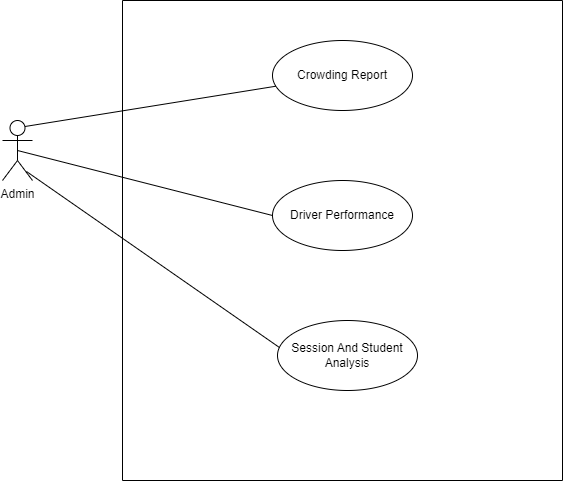
Above: Project Real-Time Bus ID Verification and Tracking/DOCUMENTATION/UseCaseDiagrams/ReportAnalysis.drawio.png in Abubakar-doc/FYP-24-SE-A-204 (draw.io), before the change. Source tidied: cells renumbered, new cells last; positions are measured from the earlier drawing's top-left corner, leaving out a move shared by most shapes. The source it was exported from:
```xml
<mxGraphModel>
  <root>
    <mxCell id="0" />
    <mxCell id="1" parent="0" />
    <mxCell id="2" style="swimlane;startSize=0;" parent="1" vertex="1">
      <mxGeometry x="120" width="440" height="480" as="geometry" />
    </mxCell>
    <mxCell id="3" value="Crowding Report" style="ellipse;whiteSpace=wrap;html=1;" parent="2" vertex="1">
      <mxGeometry x="150" y="40" width="140" height="70" as="geometry" />
    </mxCell>
    <mxCell id="4" value="Session And Student Analysis" style="ellipse;whiteSpace=wrap;html=1;" parent="2" vertex="1">
      <mxGeometry x="155" y="320" width="140" height="70" as="geometry" />
    </mxCell>
    <mxCell id="5" value="Driver Performance" style="ellipse;whiteSpace=wrap;html=1;" parent="2" vertex="1">
      <mxGeometry x="150" y="180" width="140" height="70" as="geometry" />
    </mxCell>
    <mxCell id="6" value="Admin" style="shape=umlActor;verticalLabelPosition=bottom;verticalAlign=top;html=1;" parent="1" vertex="1">
      <mxGeometry y="120" width="30" height="60" as="geometry" />
    </mxCell>
    <mxCell id="7" style="endArrow=none;html=1;rounded=0;exitX=0.8;exitY=0.85;exitDx=0;exitDy=0;exitPerimeter=0;entryX=0.014;entryY=0.386;entryDx=0;entryDy=0;entryPerimeter=0;" parent="1" edge="1" source="6" target="4">
      <mxGeometry relative="1" as="geometry" />
    </mxCell>
    <mxCell id="8" style="endArrow=none;html=1;rounded=0;entryX=0;entryY=0.5;entryDx=0;entryDy=0;exitX=0.5;exitY=0.5;exitDx=0;exitDy=0;exitPerimeter=0;" parent="1" edge="1" source="6" target="5">
      <mxGeometry relative="1" as="geometry" />
    </mxCell>
    <mxCell id="9" style="endArrow=none;html=1;rounded=0;exitX=0.75;exitY=0.1;exitDx=0;exitDy=0;exitPerimeter=0;" parent="1" edge="1" source="6" target="3">
      <mxGeometry relative="1" as="geometry" />
    </mxCell>
  </root>
</mxGraphModel>
```
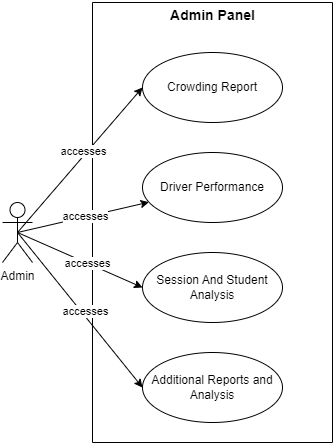
Above is the later version.

Diff of the diagram source:
```diff
@@ -3,28 +3,53 @@
     <mxCell id="0" />
     <mxCell id="1" parent="0" />
     <mxCell id="2" style="swimlane;startSize=0;" parent="1" vertex="1">
-      <mxGeometry x="120" width="440" height="480" as="geometry" />
+      <mxGeometry x="120" width="240" height="440" as="geometry" />
     </mxCell>
     <mxCell id="3" value="Crowding Report" style="ellipse;whiteSpace=wrap;html=1;" parent="2" vertex="1">
-      <mxGeometry x="150" y="40" width="140" height="70" as="geometry" />
+      <mxGeometry x="50" y="50" width="140" height="70" as="geometry" />
     </mxCell>
     <mxCell id="4" value="Session And Student Analysis" style="ellipse;whiteSpace=wrap;html=1;" parent="2" vertex="1">
-      <mxGeometry x="155" y="320" width="140" height="70" as="geometry" />
+      <mxGeometry x="50" y="250" width="140" height="70" as="geometry" />
     </mxCell>
     <mxCell id="5" value="Driver Performance" style="ellipse;whiteSpace=wrap;html=1;" parent="2" vertex="1">
-      <mxGeometry x="150" y="180" width="140" height="70" as="geometry" />
+      <mxGeometry x="50" y="150" width="140" height="70" as="geometry" />
     </mxCell>
+    <mxCell id="10" value="Additional Reports and Analysis" style="ellipse;whiteSpace=wrap;html=1;" parent="2" vertex="1">
+      <mxGeometry x="50" y="350" width="140" height="70" as="geometry" />
+    </mxCell>
+    <mxCell id="9" style="rounded=0;jettySize=auto;html=1;exitX=0.5;exitY=0.5;exitDx=0;exitDy=0;exitPerimeter=0;entryX=0;entryY=0.5;entryDx=0;entryDy=0;" parent="1" edge="1" source="6" target="3">
+      <mxGeometry relative="1" as="geometry" />
+    </mxCell>
+    <mxCell id="11" value="accesses" style="edgeLabel;html=1;align=center;verticalAlign=middle;" parent="9" vertex="1">
+      <mxGeometry x="0.09" y="3" relative="1" as="geometry">
+        <mxPoint y="-1" as="offset" />
+      </mxGeometry>
+    </mxCell>
+    <mxCell id="8" style="rounded=0;jettySize=auto;html=1;exitX=0.5;exitY=0.5;exitDx=0;exitDy=0;exitPerimeter=0;" parent="1" edge="1" source="6" target="5">
+      <mxGeometry relative="1" as="geometry" />
+    </mxCell>
+    <mxCell id="12" value="accesses" style="edgeLabel;html=1;align=center;verticalAlign=middle;" parent="8" vertex="1">
+      <mxGeometry x="0.03" y="1" relative="1" as="geometry" />
+    </mxCell>
+    <mxCell id="7" style="rounded=0;jettySize=auto;html=1;exitX=0.5;exitY=0.5;exitDx=0;exitDy=0;exitPerimeter=0;entryX=0;entryY=0.5;entryDx=0;entryDy=0;" parent="1" edge="1" source="6" target="4">
+      <mxGeometry relative="1" as="geometry" />
+    </mxCell>
+    <mxCell id="13" value="accesses" style="edgeLabel;html=1;align=center;verticalAlign=middle;" parent="7" vertex="1">
+      <mxGeometry x="0.11" relative="1" as="geometry" />
+    </mxCell>
+    <mxCell id="14" style="rounded=0;jettySize=auto;html=1;exitX=0.5;exitY=0.5;exitDx=0;exitDy=0;exitPerimeter=0;entryX=0;entryY=0.5;entryDx=0;entryDy=0;" parent="1" edge="1" source="6" target="10">
+      <mxGeometry relative="1" as="geometry" />
+    </mxCell>
+    <mxCell id="15" value="accesses" style="edgeLabel;html=1;align=center;verticalAlign=middle;" parent="14" vertex="1">
+      <mxGeometry x="0.02" relative="1" as="geometry">
+        <mxPoint x="4" as="offset" />
+      </mxGeometry>
+    </mxCell>
     <mxCell id="6" value="Admin" style="shape=umlActor;verticalLabelPosition=bottom;verticalAlign=top;html=1;" parent="1" vertex="1">
-      <mxGeometry y="120" width="30" height="60" as="geometry" />
+      <mxGeometry x="30" y="200" width="30" height="60" as="geometry" />
     </mxCell>
-    <mxCell id="7" style="endArrow=none;html=1;rounded=0;exitX=0.8;exitY=0.85;exitDx=0;exitDy=0;exitPerimeter=0;entryX=0.014;entryY=0.386;entryDx=0;entryDy=0;entryPerimeter=0;" parent="1" edge="1" source="6" target="4">
-      <mxGeometry relative="1" as="geometry" />
-    </mxCell>
-    <mxCell id="8" style="endArrow=none;html=1;rounded=0;entryX=0;entryY=0.5;entryDx=0;entryDy=0;exitX=0.5;exitY=0.5;exitDx=0;exitDy=0;exitPerimeter=0;" parent="1" edge="1" source="6" target="5">
-      <mxGeometry relative="1" as="geometry" />
-    </mxCell>
-    <mxCell id="9" style="endArrow=none;html=1;rounded=0;exitX=0.75;exitY=0.1;exitDx=0;exitDy=0;exitPerimeter=0;" parent="1" edge="1" source="6" target="3">
-      <mxGeometry relative="1" as="geometry" />
-    </mxCell>
+    <mxCell id="16" value="&lt;b&gt;&lt;font style=&quot;font-size: 14px;&quot;&gt;Admin Panel&lt;/font&gt;&lt;/b&gt;" style="text;html=1;align=center;verticalAlign=middle;strokeColor=none;fillColor=none;" parent="1" vertex="1">
+      <mxGeometry x="185" y="-2" width="110" height="30" as="geometry" />
+    </mxCell>
   </root>
 </mxGraphModel>
```
